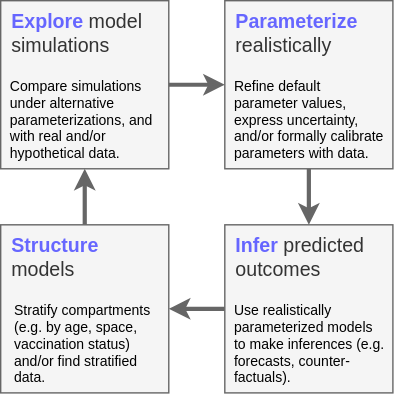
The draw.io diagram modelling-cycle.svg in papsti/macpan-workshop, before a commit. Source tidied: cells renumbered, new cells last; positions are measured from the earlier drawing's top-left corner, leaving out a move shared by most shapes.
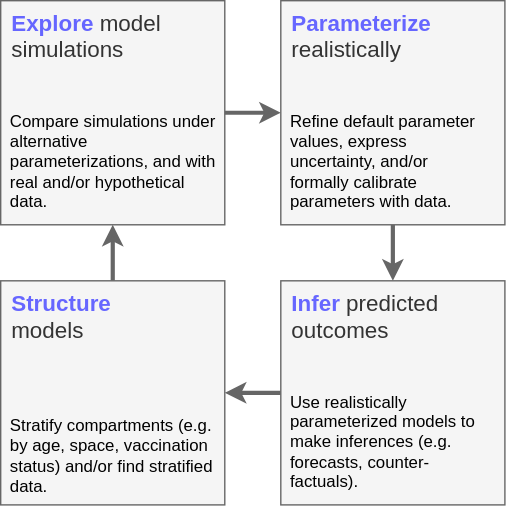
The same diagram one commit later.

Commit message:
font size

The edit, as a diff of the source:
```diff
@@ -5,38 +5,38 @@
     <mxCell id="2" style="edgeStyle=orthogonalEdgeStyle;rounded=0;jettySize=auto;html=1;exitX=1;exitY=0.5;exitDx=0;exitDy=0;entryX=0;entryY=0.5;entryDx=0;entryDy=0;horizontal=1;spacingTop=6;align=left;spacingLeft=6;jumpSize=8;strokeWidth=3;strokeColor=#666666;fillColor=#f5f5f5;" parent="1" edge="1" source="3" target="5">
       <mxGeometry relative="1" as="geometry" />
     </mxCell>
-    <mxCell id="3" value="&lt;font style=&quot;font-size: 14px;&quot;&gt;&lt;b style=&quot;font-size: 14px;&quot;&gt;&lt;font style=&quot;font-size: 14px;&quot; color=&quot;#6666ff&quot;&gt;Explore&lt;/font&gt;&amp;nbsp;&lt;/b&gt;model simulations&lt;/font&gt;" style="rounded=0;whiteSpace=wrap;html=1;verticalAlign=top;horizontal=1;spacingTop=0;fontSize=14;align=left;spacingLeft=6;fillColor=#f5f5f5;fontColor=#333333;strokeColor=#666666;" parent="1" vertex="1">
-      <mxGeometry width="120" height="120" as="geometry" />
+    <mxCell id="3" value="&lt;font style=&quot;font-size: 16px;&quot;&gt;&lt;b style=&quot;font-size: 16px;&quot;&gt;&lt;font style=&quot;font-size: 16px;&quot; color=&quot;#6666ff&quot;&gt;Explore&lt;/font&gt;&amp;nbsp;&lt;/b&gt;model simulations&lt;/font&gt;" style="rounded=0;whiteSpace=wrap;html=1;verticalAlign=top;horizontal=1;spacingTop=0;fontSize=16;align=left;spacingLeft=6;fillColor=#f5f5f5;fontColor=#333333;strokeColor=#666666;" parent="1" vertex="1">
+      <mxGeometry x="-40" y="-40" width="160" height="160" as="geometry" />
     </mxCell>
     <mxCell id="4" style="edgeStyle=orthogonalEdgeStyle;rounded=0;jettySize=auto;html=1;exitX=0.5;exitY=1;exitDx=0;exitDy=0;entryX=0.5;entryY=0;entryDx=0;entryDy=0;horizontal=1;spacingTop=6;align=left;spacingLeft=6;jumpSize=8;strokeWidth=3;strokeColor=#666666;fillColor=#f5f5f5;" parent="1" edge="1" source="5" target="7">
       <mxGeometry relative="1" as="geometry" />
     </mxCell>
-    <mxCell id="5" value="&lt;font style=&quot;font-size: 14px;&quot;&gt;&lt;font style=&quot;font-size: 14px;&quot; color=&quot;#6666ff&quot;&gt;&lt;b style=&quot;font-size: 14px;&quot;&gt;Parameterize&lt;/b&gt;&lt;/font&gt;&lt;span style=&quot;font-size: 14px;&quot;&gt; &lt;/span&gt;&lt;span style=&quot;font-size: 14px;&quot;&gt;realistically&lt;/span&gt;&lt;br style=&quot;font-size: 14px;&quot;&gt;&lt;/font&gt;" style="rounded=0;whiteSpace=wrap;html=1;verticalAlign=top;horizontal=1;spacingTop=0;fontSize=14;align=left;spacingLeft=6;fillColor=#f5f5f5;fontColor=#333333;strokeColor=#666666;" parent="1" vertex="1">
-      <mxGeometry x="160" width="120" height="120" as="geometry" />
+    <mxCell id="5" value="&lt;font style=&quot;font-size: 16px;&quot;&gt;&lt;font style=&quot;font-size: 16px;&quot; color=&quot;#6666ff&quot;&gt;&lt;b style=&quot;font-size: 16px;&quot;&gt;Parameterize&lt;/b&gt;&lt;/font&gt;&lt;span style=&quot;font-size: 16px;&quot;&gt; &lt;/span&gt;&lt;span style=&quot;font-size: 16px;&quot;&gt;realistically&lt;/span&gt;&lt;br style=&quot;font-size: 16px;&quot;&gt;&lt;/font&gt;" style="rounded=0;whiteSpace=wrap;html=1;verticalAlign=top;horizontal=1;spacingTop=0;fontSize=16;align=left;spacingLeft=6;fillColor=#f5f5f5;fontColor=#333333;strokeColor=#666666;" parent="1" vertex="1">
+      <mxGeometry x="160" y="-40" width="160" height="160" as="geometry" />
     </mxCell>
     <mxCell id="6" style="edgeStyle=orthogonalEdgeStyle;rounded=0;jettySize=auto;html=1;exitX=0;exitY=0.5;exitDx=0;exitDy=0;entryX=1;entryY=0.5;entryDx=0;entryDy=0;horizontal=1;spacingTop=6;align=left;spacingLeft=6;jumpSize=8;strokeWidth=3;strokeColor=#666666;fillColor=#f5f5f5;" parent="1" edge="1" source="7" target="9">
       <mxGeometry relative="1" as="geometry" />
     </mxCell>
-    <mxCell id="7" value="&lt;font style=&quot;font-size: 14px;&quot;&gt;&lt;b style=&quot;font-size: 14px;&quot;&gt;&lt;font style=&quot;font-size: 14px;&quot; color=&quot;#6666ff&quot;&gt;Infer&lt;/font&gt;&amp;nbsp;&lt;/b&gt;predicted outcomes&lt;/font&gt;" style="rounded=0;whiteSpace=wrap;html=1;verticalAlign=top;horizontal=1;spacingTop=0;fontSize=14;align=left;spacingLeft=6;fillColor=#f5f5f5;fontColor=#333333;strokeColor=#666666;" parent="1" vertex="1">
-      <mxGeometry x="160" y="160" width="120" height="120" as="geometry" />
+    <mxCell id="7" value="&lt;font style=&quot;font-size: 16px;&quot;&gt;&lt;b style=&quot;font-size: 16px;&quot;&gt;&lt;font style=&quot;font-size: 16px;&quot; color=&quot;#6666ff&quot;&gt;Infer&lt;/font&gt;&amp;nbsp;&lt;/b&gt;predicted outcomes&lt;/font&gt;" style="rounded=0;whiteSpace=wrap;html=1;verticalAlign=top;horizontal=1;spacingTop=0;fontSize=16;align=left;spacingLeft=6;fillColor=#f5f5f5;fontColor=#333333;strokeColor=#666666;" parent="1" vertex="1">
+      <mxGeometry x="160" y="160" width="160" height="160" as="geometry" />
     </mxCell>
     <mxCell id="8" style="edgeStyle=orthogonalEdgeStyle;rounded=0;jettySize=auto;html=1;exitX=0.5;exitY=0;exitDx=0;exitDy=0;entryX=0.5;entryY=1;entryDx=0;entryDy=0;horizontal=1;spacingTop=6;align=left;spacingLeft=6;jumpSize=8;strokeWidth=3;strokeColor=#666666;fillColor=#f5f5f5;" parent="1" edge="1" source="9" target="3">
       <mxGeometry relative="1" as="geometry" />
     </mxCell>
-    <mxCell id="9" value="&lt;font style=&quot;font-size: 14px;&quot;&gt;&lt;b style=&quot;font-size: 14px;&quot;&gt;&lt;font style=&quot;font-size: 14px;&quot; color=&quot;#6666ff&quot;&gt;Structure&lt;/font&gt;&amp;nbsp;&lt;br&gt;&lt;/b&gt;models&lt;/font&gt;" style="rounded=0;whiteSpace=wrap;html=1;verticalAlign=top;horizontal=1;spacingTop=0;fontSize=14;align=left;spacingLeft=6;fillColor=#f5f5f5;fontColor=#333333;strokeColor=#666666;" parent="1" vertex="1">
-      <mxGeometry y="160" width="120" height="120" as="geometry" />
+    <mxCell id="9" value="&lt;font style=&quot;font-size: 16px;&quot;&gt;&lt;b style=&quot;font-size: 16px;&quot;&gt;&lt;font style=&quot;font-size: 16px;&quot; color=&quot;#6666ff&quot;&gt;Structure&lt;/font&gt;&amp;nbsp;&lt;br style=&quot;font-size: 16px;&quot;&gt;&lt;/b&gt;models&lt;/font&gt;" style="rounded=0;whiteSpace=wrap;html=1;verticalAlign=top;horizontal=1;spacingTop=0;fontSize=16;align=left;spacingLeft=6;fillColor=#f5f5f5;fontColor=#333333;strokeColor=#666666;" parent="1" vertex="1">
+      <mxGeometry x="-40" y="160" width="160" height="160" as="geometry" />
     </mxCell>
-    <mxCell id="10" value="Compare simulations under alternative parameterizations, and with real and/or hypothetical data." style="rounded=0;whiteSpace=wrap;html=1;strokeColor=none;fontSize=10;align=left;fillColor=none;" parent="1" vertex="1">
-      <mxGeometry x="5" y="60" width="110" height="50" as="geometry" />
+    <mxCell id="10" value="Compare simulations under alternative parameterizations, and with real and/or hypothetical data." style="rounded=0;whiteSpace=wrap;html=1;strokeColor=none;fontSize=12;align=left;fillColor=none;" parent="1" vertex="1">
+      <mxGeometry x="-35" y="50" width="150" height="50" as="geometry" />
     </mxCell>
-    <mxCell id="11" value="Stratify compartments (e.g. by age, space, vaccination status) and/or find stratified data." style="rounded=0;whiteSpace=wrap;html=1;strokeColor=none;fontSize=10;align=left;fillColor=none;" parent="1" vertex="1">
-      <mxGeometry x="7.5" y="210" width="105" height="70" as="geometry" />
+    <mxCell id="11" value="Stratify compartments (e.g. by age, space, vaccination status) and/or find stratified data." style="rounded=0;whiteSpace=wrap;html=1;strokeColor=none;fontSize=12;align=left;fillColor=none;" parent="1" vertex="1">
+      <mxGeometry x="-35" y="250" width="150" height="70" as="geometry" />
     </mxCell>
-    <mxCell id="12" value="Use realistically parameterized models to make inferences (e.g. forecasts, counter-factuals)." style="rounded=0;whiteSpace=wrap;html=1;strokeColor=none;fontSize=10;align=left;fillColor=none;" parent="1" vertex="1">
-      <mxGeometry x="165" y="210" width="110" height="70" as="geometry" />
+    <mxCell id="12" value="Use realistically parameterized models to make inferences (e.g. forecasts, counter-factuals)." style="rounded=0;whiteSpace=wrap;html=1;strokeColor=none;fontSize=12;align=left;fillColor=none;" parent="1" vertex="1">
+      <mxGeometry x="165" y="240" width="145" height="70" as="geometry" />
     </mxCell>
-    <mxCell id="13" value="Refine default parameter values, express uncertainty, and/or formally calibrate parameters with data." style="rounded=0;whiteSpace=wrap;html=1;strokeColor=none;fontSize=10;align=left;fillColor=none;" parent="1" vertex="1">
-      <mxGeometry x="165" y="60" width="110" height="50" as="geometry" />
+    <mxCell id="13" value="Refine default parameter values, express uncertainty, and/or formally calibrate parameters with data." style="rounded=0;whiteSpace=wrap;html=1;strokeColor=none;fontSize=12;align=left;fillColor=none;" parent="1" vertex="1">
+      <mxGeometry x="165" y="50" width="145" height="50" as="geometry" />
     </mxCell>
   </root>
 </mxGraphModel>
```
